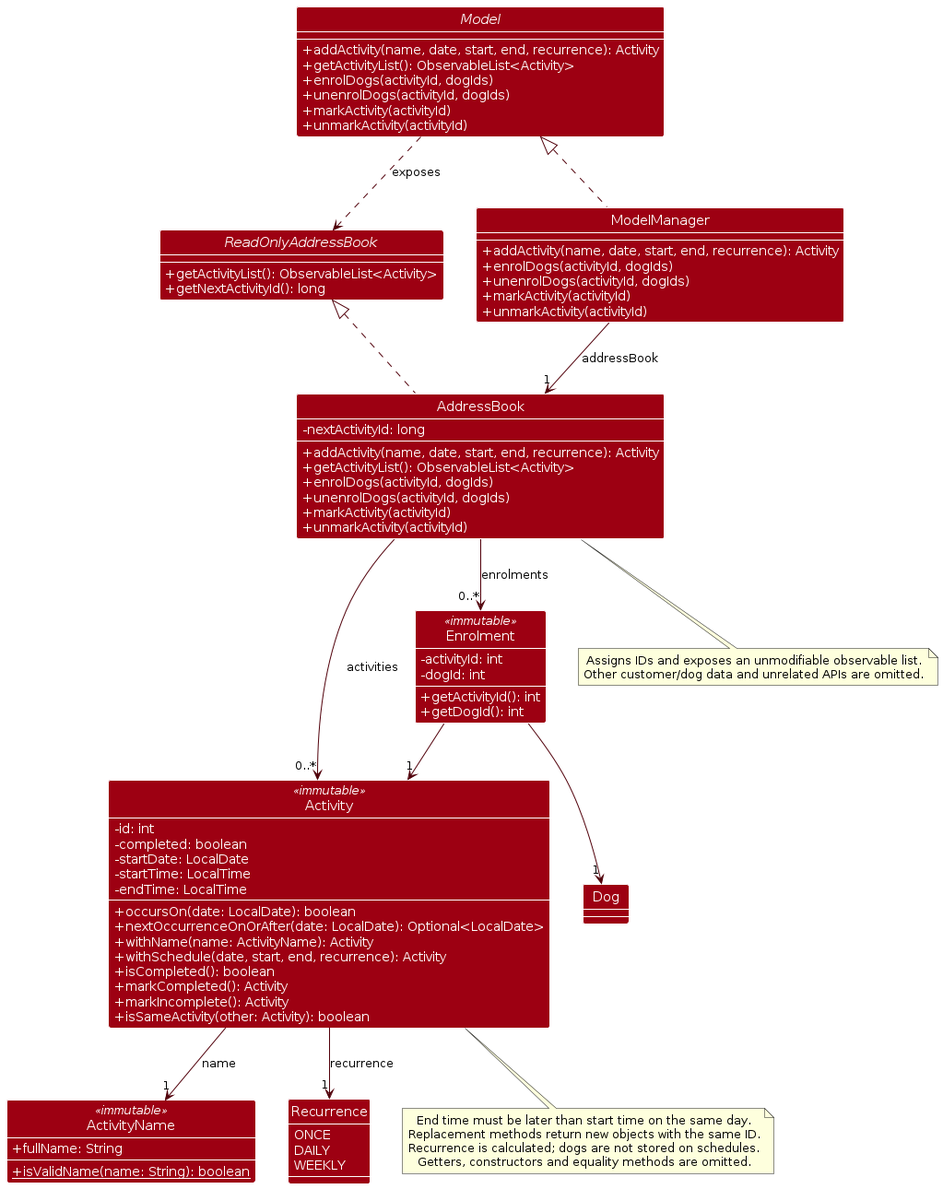
The PlantUML diagram diagrams/ActivityClassDiagram.png in AY2627S1-CS2103T-T15-4/tp, before a commit. Its source is kept beside it as diagrams/ActivityClassDiagram.puml.
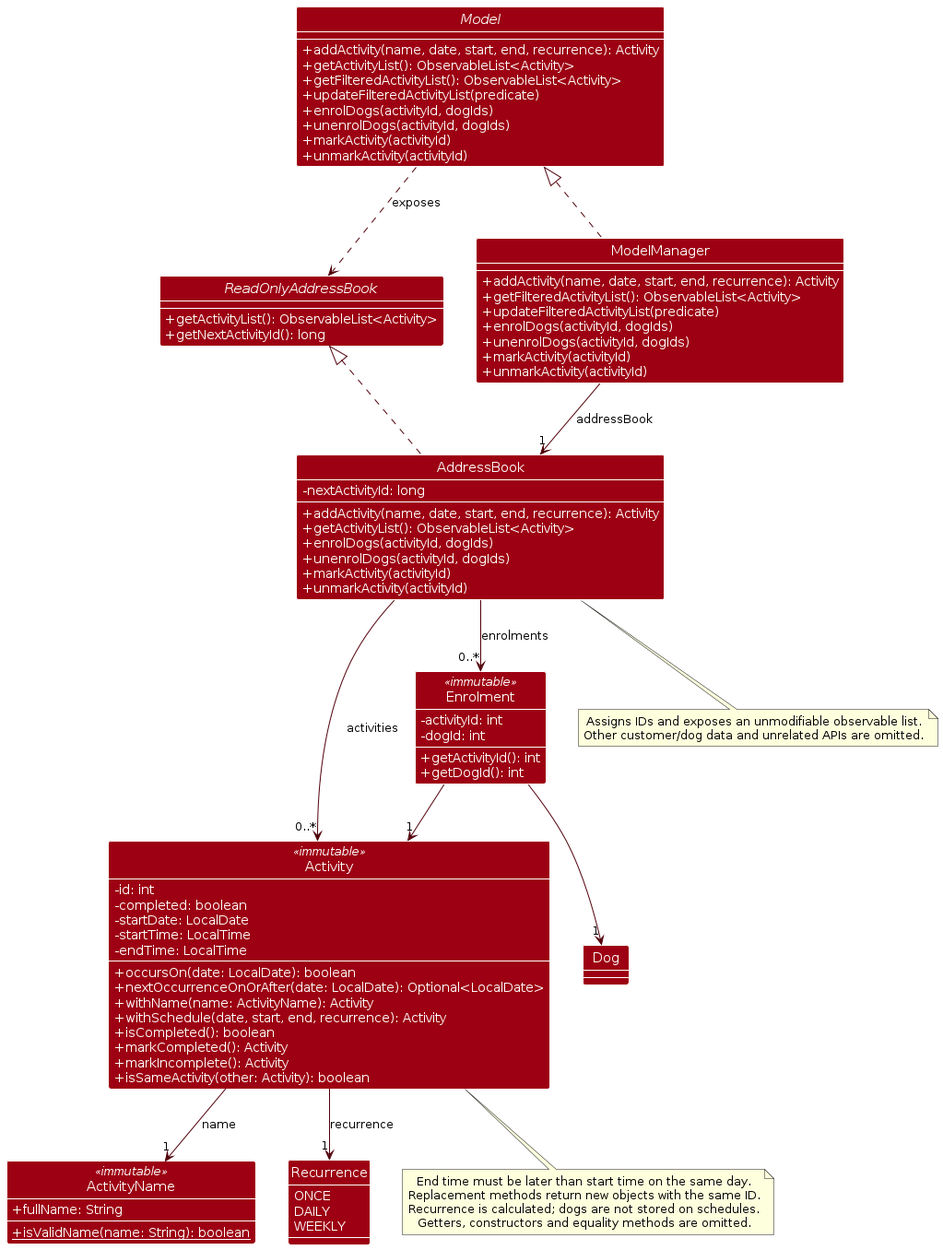
Later version of the same file.

The edit, as a diff of the source:
```diff
@@ -10,6 +10,8 @@
 interface Model {
   +addActivity(name, date, start, end, recurrence): Activity
   +getActivityList(): ObservableList<Activity>
+  +getFilteredActivityList(): ObservableList<Activity>
+  +updateFilteredActivityList(predicate)
   +enrolDogs(activityId, dogIds)
   +unenrolDogs(activityId, dogIds)
   +markActivity(activityId)
@@ -18,6 +20,8 @@
 
 class ModelManager {
   +addActivity(name, date, start, end, recurrence): Activity
+  +getFilteredActivityList(): ObservableList<Activity>
+  +updateFilteredActivityList(predicate)
   +enrolDogs(activityId, dogIds)
   +unenrolDogs(activityId, dogIds)
   +markActivity(activityId)
```
